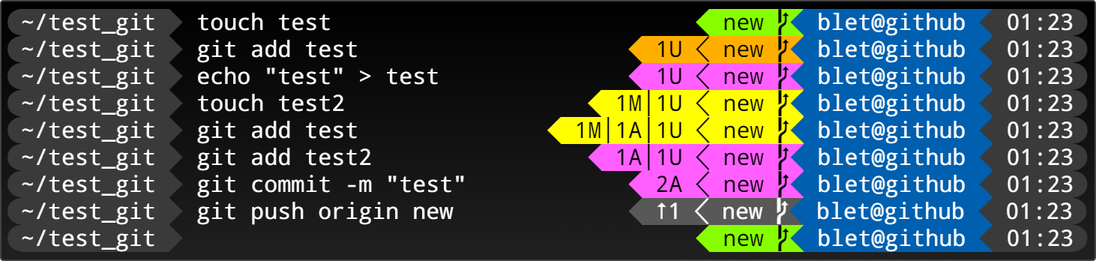
Earlier version of the draw.io export images/git.drawio.png (MickaelBlet/Promptor). Source tidied: cells renumbered, new cells last; positions are measured from the earlier drawing's top-left corner, leaving out a move shared by most shapes.
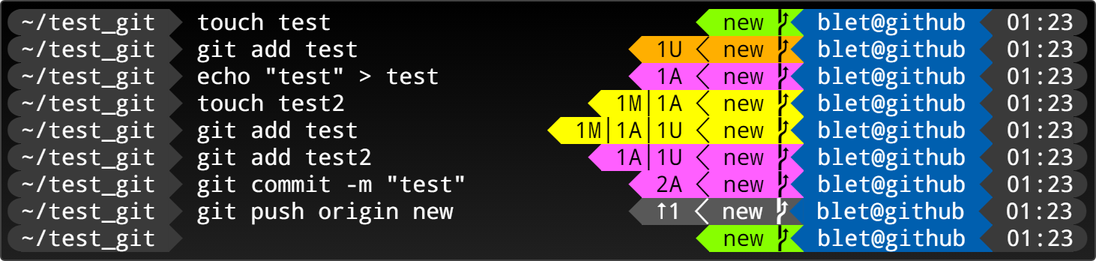
The same file after the commit.

The edit, as a diff of the source:
```diff
@@ -2,10 +2,10 @@
   <root>
     <mxCell id="0" />
     <mxCell id="1" parent="0" />
-    <mxCell id="2" style="rounded=1;whiteSpace=wrap;html=1;arcSize=1;fillColor=#000000;strokeColor=#424242;gradientColor=#202020;gradientDirection=south;" parent="1" vertex="1">
+    <mxCell id="2" style="rounded=1;whiteSpace=wrap;html=1;arcSize=5;fillColor=#000000;strokeColor=#424242;gradientColor=#202020;gradientDirection=south;absoluteArcSize=1;" parent="1" vertex="1">
       <mxGeometry width="730" height="173" as="geometry" />
     </mxCell>
-    <mxCell id="3" value="&lt;font color=&quot;#3a3a3a&quot; style=&quot;font-size: 15px&quot;&gt;&lt;/font&gt;&lt;span style=&quot;font-size: 15px ; background-color: rgb(58 , 58 , 58)&quot;&gt;~/test_git&amp;nbsp;&lt;/span&gt;&lt;font color=&quot;#3a3a3a&quot; style=&quot;font-size: 15px&quot;&gt;&lt;/font&gt;&amp;nbsp;touch test&amp;nbsp; &amp;nbsp; &amp;nbsp; &amp;nbsp; &amp;nbsp; &amp;nbsp; &amp;nbsp; &amp;nbsp; &amp;nbsp; &amp;nbsp; &amp;nbsp; &amp;nbsp; &amp;nbsp; &amp;nbsp;&lt;font color=&quot;#87ff00&quot; style=&quot;font-size: 15px&quot;&gt;&lt;/font&gt;&lt;span style=&quot;font-size: 15px ; background-color: rgb(135 , 255 , 0)&quot;&gt;&lt;font color=&quot;#000000&quot; style=&quot;font-size: 15px&quot;&gt;&amp;nbsp;new&amp;nbsp;&lt;/font&gt;&lt;font color=&quot;#005faf&quot; style=&quot;font-size: 15px&quot;&gt;&lt;/font&gt;&lt;/span&gt;&lt;span style=&quot;font-size: 15px ; background-color: rgb(0 , 95 , 175)&quot;&gt;&amp;nbsp;blet@github&amp;nbsp;&lt;font color=&quot;#3a3a3a&quot; style=&quot;font-size: 15px&quot;&gt;&lt;/font&gt;&lt;/span&gt;&lt;span style=&quot;font-size: 15px ; background-color: rgb(58 , 58 , 58)&quot;&gt;&amp;nbsp;01:23&lt;/span&gt;&lt;font color=&quot;#3a3a3a&quot; style=&quot;font-size: 15px&quot;&gt;&lt;br&gt;&lt;/font&gt;&lt;font color=&quot;#3a3a3a&quot;&gt;&lt;/font&gt;&lt;span style=&quot;background-color: rgb(58 , 58 , 58)&quot;&gt;~/test_git&amp;nbsp;&lt;/span&gt;&lt;font color=&quot;#3a3a3a&quot;&gt;&lt;/font&gt;&amp;nbsp;git add test&amp;nbsp; &amp;nbsp; &amp;nbsp; &amp;nbsp; &amp;nbsp; &amp;nbsp; &amp;nbsp; &amp;nbsp; &amp;nbsp; &amp;nbsp;&amp;nbsp;&lt;font color=&quot;#ffaf00&quot;&gt;&lt;/font&gt;&lt;span style=&quot;background-color: rgb(255 , 175 , 0)&quot;&gt;&lt;span&gt;&lt;font color=&quot;#000000&quot;&gt;&amp;nbsp;1U&amp;nbsp;&lt;/font&gt;&lt;/span&gt;&lt;font color=&quot;#000000&quot;&gt;&lt;/font&gt;&lt;span&gt;&lt;font color=&quot;#000000&quot;&gt;&amp;nbsp;new&amp;nbsp;&lt;/font&gt;&lt;font color=&quot;#005faf&quot;&gt;&lt;/font&gt;&lt;/span&gt;&lt;/span&gt;&lt;span style=&quot;background-color: rgb(0 , 95 , 175)&quot;&gt;&amp;nbsp;blet@github&amp;nbsp;&lt;font color=&quot;#3a3a3a&quot;&gt;&lt;/font&gt;&lt;/span&gt;&lt;span style=&quot;background-color: rgb(58 , 58 , 58)&quot;&gt;&amp;nbsp;01:23&lt;/span&gt;&lt;font color=&quot;#3a3a3a&quot;&gt;&lt;br&gt;&lt;/font&gt;&lt;font color=&quot;#3a3a3a&quot;&gt;&lt;/font&gt;&lt;span style=&quot;background-color: rgb(58 , 58 , 58)&quot;&gt;~/test_git&amp;nbsp;&lt;/span&gt;&lt;font color=&quot;#3a3a3a&quot;&gt;&lt;/font&gt;&amp;nbsp;echo &quot;test&quot; &amp;gt; test&amp;nbsp; &amp;nbsp; &amp;nbsp; &amp;nbsp; &amp;nbsp; &amp;nbsp; &amp;nbsp;&amp;nbsp;&lt;font color=&quot;#ff5fff&quot;&gt;&lt;/font&gt;&lt;span style=&quot;background-color: rgb(255 , 95 , 255)&quot;&gt;&lt;font color=&quot;#000000&quot;&gt;&amp;nbsp;1U&amp;nbsp;&lt;/font&gt;&lt;font color=&quot;#000000&quot;&gt;&lt;/font&gt;&lt;font color=&quot;#000000&quot;&gt;&amp;nbsp;new&amp;nbsp;&lt;/font&gt;&lt;font color=&quot;#005faf&quot;&gt;&lt;/font&gt;&lt;/span&gt;&lt;span style=&quot;background-color: rgb(0 , 95 , 175)&quot;&gt;&lt;span&gt;&amp;nbsp;&lt;/span&gt;&lt;span&gt;blet@github&amp;nbsp;&lt;font color=&quot;#3a3a3a&quot;&gt;&lt;/font&gt;&lt;/span&gt;&lt;/span&gt;&lt;span style=&quot;background-color: rgb(58 , 58 , 58)&quot;&gt;&amp;nbsp;01:23&lt;/span&gt;&lt;font color=&quot;#3a3a3a&quot;&gt;&lt;br&gt;&lt;/font&gt;&lt;font color=&quot;#3a3a3a&quot;&gt;&lt;/font&gt;&lt;span style=&quot;background-color: rgb(58 , 58 , 58)&quot;&gt;~/test_git&amp;nbsp;&lt;/span&gt;&lt;font color=&quot;#3a3a3a&quot;&gt;&lt;/font&gt;&amp;nbsp;touch test2&amp;nbsp; &amp;nbsp; &amp;nbsp; &amp;nbsp; &amp;nbsp; &amp;nbsp; &amp;nbsp; &amp;nbsp; &amp;nbsp;&amp;nbsp;&lt;font color=&quot;#ffff00&quot;&gt;&lt;/font&gt;&lt;span style=&quot;background-color: rgb(255 , 255 , 0)&quot;&gt;&lt;span&gt;&lt;font color=&quot;#000000&quot;&gt;&amp;nbsp;1M&lt;/font&gt;&lt;/span&gt;&lt;font color=&quot;#000000&quot;&gt;│&lt;/font&gt;&lt;span&gt;&lt;font color=&quot;#000000&quot;&gt;1U&amp;nbsp;&lt;/font&gt;&lt;font color=&quot;#000000&quot;&gt;&lt;/font&gt;&lt;font color=&quot;#000000&quot;&gt;&amp;nbsp;new&amp;nbsp;&lt;/font&gt;&lt;font color=&quot;#005faf&quot;&gt;&lt;/font&gt;&lt;/span&gt;&lt;/span&gt;&lt;span style=&quot;background-color: rgb(0 , 95 , 175)&quot;&gt;&amp;nbsp;blet@github&amp;nbsp;&lt;font color=&quot;#3a3a3a&quot;&gt;&lt;/font&gt;&lt;/span&gt;&lt;span style=&quot;background-color: rgb(58 , 58 , 58)&quot;&gt;&amp;nbsp;01:23&lt;/span&gt;&lt;font color=&quot;#3a3a3a&quot;&gt;&lt;br&gt;&lt;/font&gt;&lt;font color=&quot;#3a3a3a&quot;&gt;&lt;/font&gt;&lt;span style=&quot;background-color: rgb(58 , 58 , 58)&quot;&gt;~/test_git&amp;nbsp;&lt;/span&gt;&lt;font color=&quot;#3a3a3a&quot;&gt;&lt;/font&gt;&amp;nbsp;git add test&amp;nbsp; &amp;nbsp; &amp;nbsp; &amp;nbsp; &amp;nbsp; &amp;nbsp; &amp;nbsp;&amp;nbsp;&lt;font color=&quot;#ffff00&quot;&gt;&lt;/font&gt;&lt;span style=&quot;background-color: rgb(255 , 255 , 0)&quot;&gt;&lt;span&gt;&lt;font color=&quot;#000000&quot;&gt;&amp;nbsp;&lt;/font&gt;&lt;/span&gt;&lt;span&gt;&lt;font color=&quot;#000000&quot;&gt;1M&lt;/font&gt;&lt;/span&gt;&lt;font color=&quot;#000000&quot;&gt;│1A&lt;/font&gt;&lt;font color=&quot;#000000&quot;&gt;│&lt;/font&gt;&lt;span&gt;&lt;font color=&quot;#000000&quot;&gt;1U&amp;nbsp;&lt;/font&gt;&lt;font color=&quot;#000000&quot;&gt;&lt;/font&gt;&lt;font color=&quot;#000000&quot;&gt;&amp;nbsp;new&amp;nbsp;&lt;/font&gt;&lt;font color=&quot;#005faf&quot;&gt;&lt;/font&gt;&lt;/span&gt;&lt;/span&gt;&lt;span style=&quot;background-color: rgb(0 , 95 , 175)&quot;&gt;&amp;nbsp;blet@github&amp;nbsp;&lt;font color=&quot;#3a3a3a&quot;&gt;&lt;/font&gt;&lt;/span&gt;&lt;span style=&quot;background-color: rgb(58 , 58 , 58)&quot;&gt;&amp;nbsp;01:23&lt;/span&gt;&lt;font color=&quot;#3a3a3a&quot;&gt;&lt;/font&gt;&lt;font color=&quot;#3a3a3a&quot;&gt;&lt;br&gt;&lt;/font&gt;&lt;font color=&quot;#3a3a3a&quot;&gt;&lt;/font&gt;&lt;span style=&quot;background-color: rgb(58 , 58 , 58)&quot;&gt;~/test_git&amp;nbsp;&lt;/span&gt;&lt;font color=&quot;#3a3a3a&quot;&gt;&lt;/font&gt;&amp;nbsp;git add test2&amp;nbsp; &amp;nbsp; &amp;nbsp; &amp;nbsp; &amp;nbsp; &amp;nbsp; &amp;nbsp; &amp;nbsp;&amp;nbsp;&lt;font color=&quot;#ff5fff&quot;&gt;&lt;/font&gt;&lt;span style=&quot;background-color: rgb(255 , 95 , 255)&quot;&gt;&lt;span&gt;&lt;font color=&quot;#000000&quot;&gt;&amp;nbsp;1A&lt;/font&gt;&lt;/span&gt;&lt;span style=&quot;color: rgb(0 , 0 , 0)&quot;&gt;│&lt;/span&gt;&lt;span&gt;&lt;font color=&quot;#000000&quot;&gt;1U&amp;nbsp;&lt;/font&gt;&lt;font color=&quot;#000000&quot;&gt;&lt;/font&gt;&lt;font color=&quot;#000000&quot;&gt;&amp;nbsp;new&amp;nbsp;&lt;/font&gt;&lt;font color=&quot;#005faf&quot;&gt;&lt;/font&gt;&lt;/span&gt;&lt;/span&gt;&lt;span style=&quot;background-color: rgb(0 , 95 , 175)&quot;&gt;&lt;span&gt;&amp;nbsp;&lt;/span&gt;&lt;span&gt;blet@github&amp;nbsp;&lt;font color=&quot;#3a3a3a&quot;&gt;&lt;/font&gt;&lt;/span&gt;&lt;/span&gt;&lt;span style=&quot;background-color: rgb(58 , 58 , 58)&quot;&gt;&amp;nbsp;01:23&lt;/span&gt;&lt;font color=&quot;#3a3a3a&quot;&gt;&lt;/font&gt;&lt;font color=&quot;#3a3a3a&quot;&gt;&lt;br&gt;&lt;/font&gt;&lt;font color=&quot;#3a3a3a&quot;&gt;&lt;/font&gt;&lt;span style=&quot;background-color: rgb(58 , 58 , 58)&quot;&gt;~/test_git&amp;nbsp;&lt;/span&gt;&lt;font color=&quot;#3a3a3a&quot;&gt;&lt;/font&gt;&amp;nbsp;git commit -m &quot;test&quot;&amp;nbsp; &amp;nbsp; &amp;nbsp; &amp;nbsp; &amp;nbsp; &amp;nbsp;&amp;nbsp;&lt;font color=&quot;#ff5fff&quot;&gt;&lt;/font&gt;&lt;span style=&quot;background-color: rgb(255 , 95 , 255)&quot;&gt;&lt;span&gt;&lt;font color=&quot;#000000&quot;&gt;&amp;nbsp;2A&lt;/font&gt;&lt;/span&gt;&lt;span&gt;&lt;font color=&quot;#000000&quot;&gt;&amp;nbsp;&lt;/font&gt;&lt;font color=&quot;#000000&quot;&gt;&lt;/font&gt;&lt;font color=&quot;#000000&quot;&gt;&amp;nbsp;new&amp;nbsp;&lt;/font&gt;&lt;font color=&quot;#005faf&quot;&gt;&lt;/font&gt;&lt;/span&gt;&lt;/span&gt;&lt;span style=&quot;background-color: rgb(0 , 95 , 175)&quot;&gt;&lt;span&gt;&amp;nbsp;&lt;/span&gt;&lt;span&gt;blet@github&amp;nbsp;&lt;font color=&quot;#3a3a3a&quot;&gt;&lt;/font&gt;&lt;/span&gt;&lt;/span&gt;&lt;span style=&quot;background-color: rgb(58 , 58 , 58)&quot;&gt;&amp;nbsp;01:23&lt;/span&gt;&lt;font color=&quot;#3a3a3a&quot;&gt;&lt;/font&gt;&lt;font color=&quot;#3a3a3a&quot;&gt;&lt;br&gt;&lt;/font&gt;&lt;font color=&quot;#3a3a3a&quot;&gt;&lt;/font&gt;&lt;span style=&quot;background-color: rgb(58 , 58 , 58)&quot;&gt;~/test_git&amp;nbsp;&lt;/span&gt;&lt;font color=&quot;#3a3a3a&quot;&gt;&lt;/font&gt;&amp;nbsp;git push origin new&amp;nbsp; &amp;nbsp; &amp;nbsp; &amp;nbsp; &amp;nbsp; &amp;nbsp; &amp;nbsp;&lt;font color=&quot;#585858&quot;&gt;&lt;/font&gt;&lt;span style=&quot;background-color: rgb(88 , 88 , 88)&quot;&gt;&lt;span&gt;&amp;nbsp;&lt;/span&gt;&lt;span&gt;⭡1&amp;nbsp;&lt;/span&gt;&lt;span&gt;&amp;nbsp;&lt;/span&gt;&lt;span&gt;new&amp;nbsp;&lt;font color=&quot;#005faf&quot;&gt;&lt;/font&gt;&lt;/span&gt;&lt;/span&gt;&lt;span style=&quot;background-color: rgb(0 , 95 , 175)&quot;&gt;&amp;nbsp;blet@github&amp;nbsp;&lt;font color=&quot;#3a3a3a&quot;&gt;&lt;/font&gt;&lt;/span&gt;&lt;span style=&quot;background-color: rgb(58 , 58 , 58)&quot;&gt;&amp;nbsp;01:23&lt;/span&gt;&lt;font color=&quot;#3a3a3a&quot;&gt;&lt;br&gt;&lt;/font&gt;&lt;font color=&quot;#3a3a3a&quot;&gt;&lt;/font&gt;&lt;span style=&quot;background-color: rgb(58 , 58 , 58)&quot;&gt;~/test_git&amp;nbsp;&lt;/span&gt;&lt;font color=&quot;#3a3a3a&quot;&gt;&lt;/font&gt;&amp;nbsp; &amp;nbsp; &amp;nbsp; &amp;nbsp; &amp;nbsp; &amp;nbsp; &amp;nbsp; &amp;nbsp; &amp;nbsp; &amp;nbsp; &amp;nbsp; &amp;nbsp; &amp;nbsp; &amp;nbsp; &amp;nbsp; &amp;nbsp; &amp;nbsp; &amp;nbsp; &amp;nbsp;&amp;nbsp;&lt;font color=&quot;#87ff00&quot;&gt;&lt;/font&gt;&lt;span style=&quot;background-color: rgb(135 , 255 , 0)&quot;&gt;&lt;font color=&quot;#000000&quot;&gt;&amp;nbsp;new&amp;nbsp;&lt;/font&gt;&lt;font color=&quot;#005faf&quot;&gt;&lt;/font&gt;&lt;/span&gt;&lt;span style=&quot;background-color: rgb(0 , 95 , 175)&quot;&gt;&amp;nbsp;blet@github&amp;nbsp;&lt;font color=&quot;#3a3a3a&quot;&gt;&lt;/font&gt;&lt;/span&gt;&lt;span style=&quot;background-color: rgb(58 , 58 , 58)&quot;&gt;&amp;nbsp;01:23&lt;/span&gt;&lt;font color=&quot;#3a3a3a&quot;&gt;&lt;/font&gt;" style="text;align=left;verticalAlign=bottom;rounded=0;fontFamily=DroidSansM Nerd Font Mono;fontSize=15;fillColor=none;arcSize=0;spacing=0;fontColor=#FFFFFF;labelBackgroundColor=none;html=1;labelBorderColor=none;" parent="1" vertex="1">
+    <mxCell id="3" value="&lt;font color=&quot;#3a3a3a&quot; style=&quot;font-size: 15px&quot;&gt;&lt;/font&gt;&lt;span style=&quot;font-size: 15px ; background-color: rgb(58 , 58 , 58)&quot;&gt;~/test_git&amp;nbsp;&lt;/span&gt;&lt;font color=&quot;#3a3a3a&quot; style=&quot;font-size: 15px&quot;&gt;&lt;/font&gt;&amp;nbsp;touch test&amp;nbsp; &amp;nbsp; &amp;nbsp; &amp;nbsp; &amp;nbsp; &amp;nbsp; &amp;nbsp; &amp;nbsp; &amp;nbsp; &amp;nbsp; &amp;nbsp; &amp;nbsp; &amp;nbsp; &amp;nbsp;&lt;font color=&quot;#87ff00&quot; style=&quot;font-size: 15px&quot;&gt;&lt;/font&gt;&lt;span style=&quot;font-size: 15px ; background-color: rgb(135 , 255 , 0)&quot;&gt;&lt;font color=&quot;#000000&quot; style=&quot;font-size: 15px&quot;&gt;&amp;nbsp;new&amp;nbsp;&lt;/font&gt;&lt;font color=&quot;#005faf&quot; style=&quot;font-size: 15px&quot;&gt;&lt;/font&gt;&lt;/span&gt;&lt;span style=&quot;font-size: 15px ; background-color: rgb(0 , 95 , 175)&quot;&gt;&amp;nbsp;blet@github&amp;nbsp;&lt;font color=&quot;#3a3a3a&quot; style=&quot;font-size: 15px&quot;&gt;&lt;/font&gt;&lt;/span&gt;&lt;span style=&quot;font-size: 15px ; background-color: rgb(58 , 58 , 58)&quot;&gt;&amp;nbsp;01:23&lt;/span&gt;&lt;font color=&quot;#3a3a3a&quot; style=&quot;font-size: 15px&quot;&gt;&lt;br&gt;&lt;/font&gt;&lt;font color=&quot;#3a3a3a&quot;&gt;&lt;/font&gt;&lt;span style=&quot;background-color: rgb(58 , 58 , 58)&quot;&gt;~/test_git&amp;nbsp;&lt;/span&gt;&lt;font color=&quot;#3a3a3a&quot;&gt;&lt;/font&gt;&amp;nbsp;git add test&amp;nbsp; &amp;nbsp; &amp;nbsp; &amp;nbsp; &amp;nbsp; &amp;nbsp; &amp;nbsp; &amp;nbsp; &amp;nbsp; &amp;nbsp;&amp;nbsp;&lt;font color=&quot;#ffaf00&quot;&gt;&lt;/font&gt;&lt;span style=&quot;background-color: rgb(255 , 175 , 0)&quot;&gt;&lt;span&gt;&lt;font color=&quot;#000000&quot;&gt;&amp;nbsp;1U&amp;nbsp;&lt;/font&gt;&lt;/span&gt;&lt;font color=&quot;#000000&quot;&gt;&lt;/font&gt;&lt;span&gt;&lt;font color=&quot;#000000&quot;&gt;&amp;nbsp;new&amp;nbsp;&lt;/font&gt;&lt;font color=&quot;#005faf&quot;&gt;&lt;/font&gt;&lt;/span&gt;&lt;/span&gt;&lt;span style=&quot;background-color: rgb(0 , 95 , 175)&quot;&gt;&amp;nbsp;blet@github&amp;nbsp;&lt;font color=&quot;#3a3a3a&quot;&gt;&lt;/font&gt;&lt;/span&gt;&lt;span style=&quot;background-color: rgb(58 , 58 , 58)&quot;&gt;&amp;nbsp;01:23&lt;/span&gt;&lt;font color=&quot;#3a3a3a&quot;&gt;&lt;br&gt;&lt;/font&gt;&lt;font color=&quot;#3a3a3a&quot;&gt;&lt;/font&gt;&lt;span style=&quot;background-color: rgb(58 , 58 , 58)&quot;&gt;~/test_git&amp;nbsp;&lt;/span&gt;&lt;font color=&quot;#3a3a3a&quot;&gt;&lt;/font&gt;&amp;nbsp;echo &quot;test&quot; &amp;gt; test&amp;nbsp; &amp;nbsp; &amp;nbsp; &amp;nbsp; &amp;nbsp; &amp;nbsp; &amp;nbsp;&amp;nbsp;&lt;font color=&quot;#ff5fff&quot;&gt;&lt;/font&gt;&lt;span style=&quot;background-color: rgb(255 , 95 , 255)&quot;&gt;&lt;font color=&quot;#000000&quot;&gt;&amp;nbsp;1A&amp;nbsp;&lt;/font&gt;&lt;font color=&quot;#000000&quot;&gt;&lt;/font&gt;&lt;font color=&quot;#000000&quot;&gt;&amp;nbsp;new&amp;nbsp;&lt;/font&gt;&lt;font color=&quot;#005faf&quot;&gt;&lt;/font&gt;&lt;/span&gt;&lt;span style=&quot;background-color: rgb(0 , 95 , 175)&quot;&gt;&lt;span&gt;&amp;nbsp;&lt;/span&gt;&lt;span&gt;blet@github&amp;nbsp;&lt;font color=&quot;#3a3a3a&quot;&gt;&lt;/font&gt;&lt;/span&gt;&lt;/span&gt;&lt;span style=&quot;background-color: rgb(58 , 58 , 58)&quot;&gt;&amp;nbsp;01:23&lt;/span&gt;&lt;font color=&quot;#3a3a3a&quot;&gt;&lt;br&gt;&lt;/font&gt;&lt;font color=&quot;#3a3a3a&quot;&gt;&lt;/font&gt;&lt;span style=&quot;background-color: rgb(58 , 58 , 58)&quot;&gt;~/test_git&amp;nbsp;&lt;/span&gt;&lt;font color=&quot;#3a3a3a&quot;&gt;&lt;/font&gt;&amp;nbsp;touch test2&amp;nbsp; &amp;nbsp; &amp;nbsp; &amp;nbsp; &amp;nbsp; &amp;nbsp; &amp;nbsp; &amp;nbsp; &amp;nbsp;&amp;nbsp;&lt;font color=&quot;#ffff00&quot;&gt;&lt;/font&gt;&lt;span style=&quot;background-color: rgb(255 , 255 , 0)&quot;&gt;&lt;span&gt;&lt;font color=&quot;#000000&quot;&gt;&amp;nbsp;1M&lt;/font&gt;&lt;/span&gt;&lt;font color=&quot;#000000&quot;&gt;│&lt;/font&gt;&lt;span&gt;&lt;font color=&quot;#000000&quot;&gt;1A&amp;nbsp;&lt;/font&gt;&lt;font color=&quot;#000000&quot;&gt;&lt;/font&gt;&lt;font color=&quot;#000000&quot;&gt;&amp;nbsp;new&amp;nbsp;&lt;/font&gt;&lt;font color=&quot;#005faf&quot;&gt;&lt;/font&gt;&lt;/span&gt;&lt;/span&gt;&lt;span style=&quot;background-color: rgb(0 , 95 , 175)&quot;&gt;&amp;nbsp;blet@github&amp;nbsp;&lt;font color=&quot;#3a3a3a&quot;&gt;&lt;/font&gt;&lt;/span&gt;&lt;span style=&quot;background-color: rgb(58 , 58 , 58)&quot;&gt;&amp;nbsp;01:23&lt;/span&gt;&lt;font color=&quot;#3a3a3a&quot;&gt;&lt;br&gt;&lt;/font&gt;&lt;font color=&quot;#3a3a3a&quot;&gt;&lt;/font&gt;&lt;span style=&quot;background-color: rgb(58 , 58 , 58)&quot;&gt;~/test_git&amp;nbsp;&lt;/span&gt;&lt;font color=&quot;#3a3a3a&quot;&gt;&lt;/font&gt;&amp;nbsp;git add test&amp;nbsp; &amp;nbsp; &amp;nbsp; &amp;nbsp; &amp;nbsp; &amp;nbsp; &amp;nbsp;&amp;nbsp;&lt;font color=&quot;#ffff00&quot;&gt;&lt;/font&gt;&lt;span style=&quot;background-color: rgb(255 , 255 , 0)&quot;&gt;&lt;span&gt;&lt;font color=&quot;#000000&quot;&gt;&amp;nbsp;&lt;/font&gt;&lt;/span&gt;&lt;span&gt;&lt;font color=&quot;#000000&quot;&gt;1M&lt;/font&gt;&lt;/span&gt;&lt;font color=&quot;#000000&quot;&gt;│1A&lt;/font&gt;&lt;font color=&quot;#000000&quot;&gt;│&lt;/font&gt;&lt;span&gt;&lt;font color=&quot;#000000&quot;&gt;1U&amp;nbsp;&lt;/font&gt;&lt;font color=&quot;#000000&quot;&gt;&lt;/font&gt;&lt;font color=&quot;#000000&quot;&gt;&amp;nbsp;new&amp;nbsp;&lt;/font&gt;&lt;font color=&quot;#005faf&quot;&gt;&lt;/font&gt;&lt;/span&gt;&lt;/span&gt;&lt;span style=&quot;background-color: rgb(0 , 95 , 175)&quot;&gt;&amp;nbsp;blet@github&amp;nbsp;&lt;font color=&quot;#3a3a3a&quot;&gt;&lt;/font&gt;&lt;/span&gt;&lt;span style=&quot;background-color: rgb(58 , 58 , 58)&quot;&gt;&amp;nbsp;01:23&lt;/span&gt;&lt;font color=&quot;#3a3a3a&quot;&gt;&lt;/font&gt;&lt;font color=&quot;#3a3a3a&quot;&gt;&lt;br&gt;&lt;/font&gt;&lt;font color=&quot;#3a3a3a&quot;&gt;&lt;/font&gt;&lt;span style=&quot;background-color: rgb(58 , 58 , 58)&quot;&gt;~/test_git&amp;nbsp;&lt;/span&gt;&lt;font color=&quot;#3a3a3a&quot;&gt;&lt;/font&gt;&amp;nbsp;git add test2&amp;nbsp; &amp;nbsp; &amp;nbsp; &amp;nbsp; &amp;nbsp; &amp;nbsp; &amp;nbsp; &amp;nbsp;&amp;nbsp;&lt;font color=&quot;#ff5fff&quot;&gt;&lt;/font&gt;&lt;span style=&quot;background-color: rgb(255 , 95 , 255)&quot;&gt;&lt;span&gt;&lt;font color=&quot;#000000&quot;&gt;&amp;nbsp;1A&lt;/font&gt;&lt;/span&gt;&lt;span style=&quot;color: rgb(0 , 0 , 0)&quot;&gt;│&lt;/span&gt;&lt;span&gt;&lt;font color=&quot;#000000&quot;&gt;1U&amp;nbsp;&lt;/font&gt;&lt;font color=&quot;#000000&quot;&gt;&lt;/font&gt;&lt;font color=&quot;#000000&quot;&gt;&amp;nbsp;new&amp;nbsp;&lt;/font&gt;&lt;font color=&quot;#005faf&quot;&gt;&lt;/font&gt;&lt;/span&gt;&lt;/span&gt;&lt;span style=&quot;background-color: rgb(0 , 95 , 175)&quot;&gt;&lt;span&gt;&amp;nbsp;&lt;/span&gt;&lt;span&gt;blet@github&amp;nbsp;&lt;font color=&quot;#3a3a3a&quot;&gt;&lt;/font&gt;&lt;/span&gt;&lt;/span&gt;&lt;span style=&quot;background-color: rgb(58 , 58 , 58)&quot;&gt;&amp;nbsp;01:23&lt;/span&gt;&lt;font color=&quot;#3a3a3a&quot;&gt;&lt;/font&gt;&lt;font color=&quot;#3a3a3a&quot;&gt;&lt;br&gt;&lt;/font&gt;&lt;font color=&quot;#3a3a3a&quot;&gt;&lt;/font&gt;&lt;span style=&quot;background-color: rgb(58 , 58 , 58)&quot;&gt;~/test_git&amp;nbsp;&lt;/span&gt;&lt;font color=&quot;#3a3a3a&quot;&gt;&lt;/font&gt;&amp;nbsp;git commit -m &quot;test&quot;&amp;nbsp; &amp;nbsp; &amp;nbsp; &amp;nbsp; &amp;nbsp; &amp;nbsp;&amp;nbsp;&lt;font color=&quot;#ff5fff&quot;&gt;&lt;/font&gt;&lt;span style=&quot;background-color: rgb(255 , 95 , 255)&quot;&gt;&lt;span&gt;&lt;font color=&quot;#000000&quot;&gt;&amp;nbsp;2A&lt;/font&gt;&lt;/span&gt;&lt;span&gt;&lt;font color=&quot;#000000&quot;&gt;&amp;nbsp;&lt;/font&gt;&lt;font color=&quot;#000000&quot;&gt;&lt;/font&gt;&lt;font color=&quot;#000000&quot;&gt;&amp;nbsp;new&amp;nbsp;&lt;/font&gt;&lt;font color=&quot;#005faf&quot;&gt;&lt;/font&gt;&lt;/span&gt;&lt;/span&gt;&lt;span style=&quot;background-color: rgb(0 , 95 , 175)&quot;&gt;&lt;span&gt;&amp;nbsp;&lt;/span&gt;&lt;span&gt;blet@github&amp;nbsp;&lt;font color=&quot;#3a3a3a&quot;&gt;&lt;/font&gt;&lt;/span&gt;&lt;/span&gt;&lt;span style=&quot;background-color: rgb(58 , 58 , 58)&quot;&gt;&amp;nbsp;01:23&lt;/span&gt;&lt;font color=&quot;#3a3a3a&quot;&gt;&lt;/font&gt;&lt;font color=&quot;#3a3a3a&quot;&gt;&lt;br&gt;&lt;/font&gt;&lt;font color=&quot;#3a3a3a&quot;&gt;&lt;/font&gt;&lt;span style=&quot;background-color: rgb(58 , 58 , 58)&quot;&gt;~/test_git&amp;nbsp;&lt;/span&gt;&lt;font color=&quot;#3a3a3a&quot;&gt;&lt;/font&gt;&amp;nbsp;git push origin new&amp;nbsp; &amp;nbsp; &amp;nbsp; &amp;nbsp; &amp;nbsp; &amp;nbsp; &amp;nbsp;&lt;font color=&quot;#585858&quot;&gt;&lt;/font&gt;&lt;span style=&quot;background-color: rgb(88 , 88 , 88)&quot;&gt;&lt;span&gt;&amp;nbsp;&lt;/span&gt;&lt;span&gt;⭡1&amp;nbsp;&lt;/span&gt;&lt;span&gt;&amp;nbsp;&lt;/span&gt;&lt;span&gt;new&amp;nbsp;&lt;font color=&quot;#005faf&quot;&gt;&lt;/font&gt;&lt;/span&gt;&lt;/span&gt;&lt;span style=&quot;background-color: rgb(0 , 95 , 175)&quot;&gt;&amp;nbsp;blet@github&amp;nbsp;&lt;font color=&quot;#3a3a3a&quot;&gt;&lt;/font&gt;&lt;/span&gt;&lt;span style=&quot;background-color: rgb(58 , 58 , 58)&quot;&gt;&amp;nbsp;01:23&lt;/span&gt;&lt;font color=&quot;#3a3a3a&quot;&gt;&lt;br&gt;&lt;/font&gt;&lt;font color=&quot;#3a3a3a&quot;&gt;&lt;/font&gt;&lt;span style=&quot;background-color: rgb(58 , 58 , 58)&quot;&gt;~/test_git&amp;nbsp;&lt;/span&gt;&lt;font color=&quot;#3a3a3a&quot;&gt;&lt;/font&gt;&amp;nbsp; &amp;nbsp; &amp;nbsp; &amp;nbsp; &amp;nbsp; &amp;nbsp; &amp;nbsp; &amp;nbsp; &amp;nbsp; &amp;nbsp; &amp;nbsp; &amp;nbsp; &amp;nbsp; &amp;nbsp; &amp;nbsp; &amp;nbsp; &amp;nbsp; &amp;nbsp; &amp;nbsp;&amp;nbsp;&lt;font color=&quot;#87ff00&quot;&gt;&lt;/font&gt;&lt;span style=&quot;background-color: rgb(135 , 255 , 0)&quot;&gt;&lt;font color=&quot;#000000&quot;&gt;&amp;nbsp;new&amp;nbsp;&lt;/font&gt;&lt;font color=&quot;#005faf&quot;&gt;&lt;/font&gt;&lt;/span&gt;&lt;span style=&quot;background-color: rgb(0 , 95 , 175)&quot;&gt;&amp;nbsp;blet@github&amp;nbsp;&lt;font color=&quot;#3a3a3a&quot;&gt;&lt;/font&gt;&lt;/span&gt;&lt;span style=&quot;background-color: rgb(58 , 58 , 58)&quot;&gt;&amp;nbsp;01:23&lt;/span&gt;&lt;font color=&quot;#3a3a3a&quot;&gt;&lt;/font&gt;" style="text;align=left;verticalAlign=bottom;rounded=0;fontFamily=DroidSansM Nerd Font Mono;fontSize=15;fillColor=none;arcSize=0;spacing=0;fontColor=#FFFFFF;labelBackgroundColor=none;html=1;labelBorderColor=none;" parent="1" vertex="1">
       <mxGeometry x="5" y="5" width="720" height="163" as="geometry" />
     </mxCell>
   </root>
```
